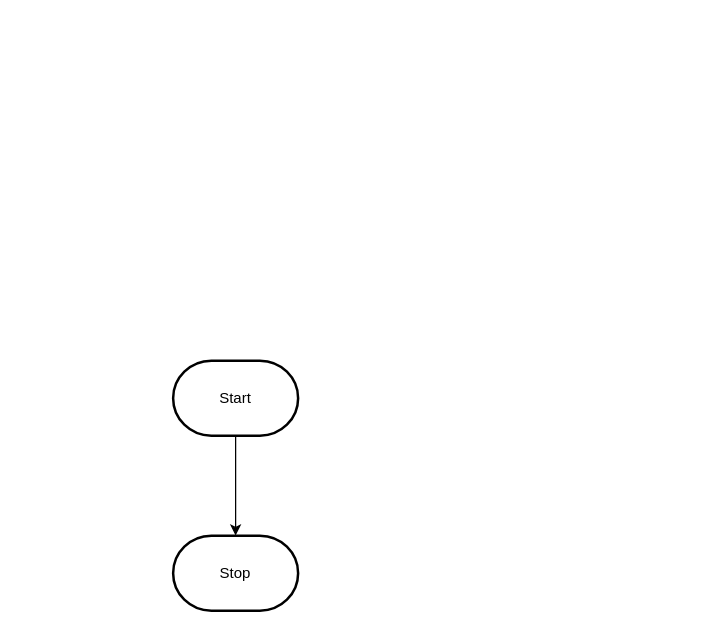
This is design/flowchart.drawio from MTHS-ICD2O-1-2023/ICD2O-Unit-3-04-fetuha-gebremekeal, a draw.io file, before an edit. Source tidied: cells renumbered, new cells numbered last; positions are measured from the earlier drawing's top-left corner, leaving out a move shared by most shapes. Both pictures are drawn from the tidied source at 125%, with x=0, y=0 at pixel (172, 360).
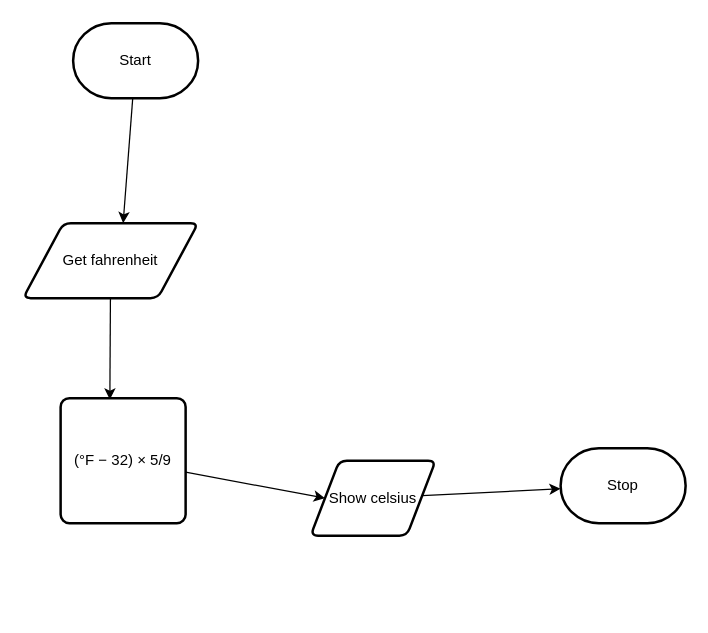
The same diagram, later.

What changed in the source:
```diff
@@
 <mxGraphModel>
   <root>
     <mxCell id="0" />
     <mxCell id="1" parent="0" />
-    <mxCell id="2" style="edgeStyle=orthogonalEdgeStyle;html=1;rounded=0;" parent="1" edge="1" source="3" target="4">
-      <mxGeometry relative="1" as="geometry" />
-    </mxCell>
+    <mxCell id="5" style="edgeStyle=none;html=1;entryX=0.5;entryY=0;entryDx=0;entryDy=0;" parent="1" edge="1" source="3">
+      <mxGeometry relative="1" as="geometry">
+        <mxPoint x="-40" y="-110" as="targetPoint" />
+      </mxGeometry>
+    </mxCell>
     <mxCell id="3" value="Start" style="strokeWidth=2;html=1;shape=mxgraph.flowchart.terminator;whiteSpace=wrap;" parent="1" vertex="1">
-      <mxGeometry width="100" height="60" as="geometry" />
+      <mxGeometry x="-80" y="-270" width="100" height="60" as="geometry" />
     </mxCell>
     <mxCell id="4" value="Stop" style="strokeWidth=2;html=1;shape=mxgraph.flowchart.terminator;whiteSpace=wrap;" parent="1" vertex="1">
-      <mxGeometry y="140" width="100" height="60" as="geometry" />
+      <mxGeometry x="310" y="70" width="100" height="60" as="geometry" />
     </mxCell>
+    <mxCell id="6" style="edgeStyle=none;html=1;entryX=0.394;entryY=0.011;entryDx=0;entryDy=0;entryPerimeter=0;" parent="1" edge="1" source="7" target="9">
+      <mxGeometry relative="1" as="geometry" />
+    </mxCell>
+    <mxCell id="7" value="Get fahrenheit" style="shape=parallelogram;html=1;strokeWidth=2;perimeter=parallelogramPerimeter;whiteSpace=wrap;rounded=1;arcSize=12;size=0.23;" parent="1" vertex="1">
+      <mxGeometry x="-120" y="-110" width="140" height="60" as="geometry" />
+    </mxCell>
+    <mxCell id="8" style="edgeStyle=none;html=1;entryX=0;entryY=0.5;entryDx=0;entryDy=0;" parent="1" edge="1" source="9" target="11">
+      <mxGeometry relative="1" as="geometry" />
+    </mxCell>
+    <mxCell id="9" value="(°F − 32) × 5/9" style="rounded=1;whiteSpace=wrap;html=1;absoluteArcSize=1;arcSize=14;strokeWidth=2;" parent="1" vertex="1">
+      <mxGeometry x="-90" y="30" width="100" height="100" as="geometry" />
+    </mxCell>
+    <mxCell id="10" style="edgeStyle=none;html=1;" parent="1" edge="1" source="11" target="4">
+      <mxGeometry relative="1" as="geometry" />
+    </mxCell>
+    <mxCell id="11" value="Show celsius" style="shape=parallelogram;html=1;strokeWidth=2;perimeter=parallelogramPerimeter;whiteSpace=wrap;rounded=1;arcSize=12;size=0.23;" parent="1" vertex="1">
+      <mxGeometry x="110" y="80" width="100" height="60" as="geometry" />
+    </mxCell>
   </root>
 </mxGraphModel>
```
